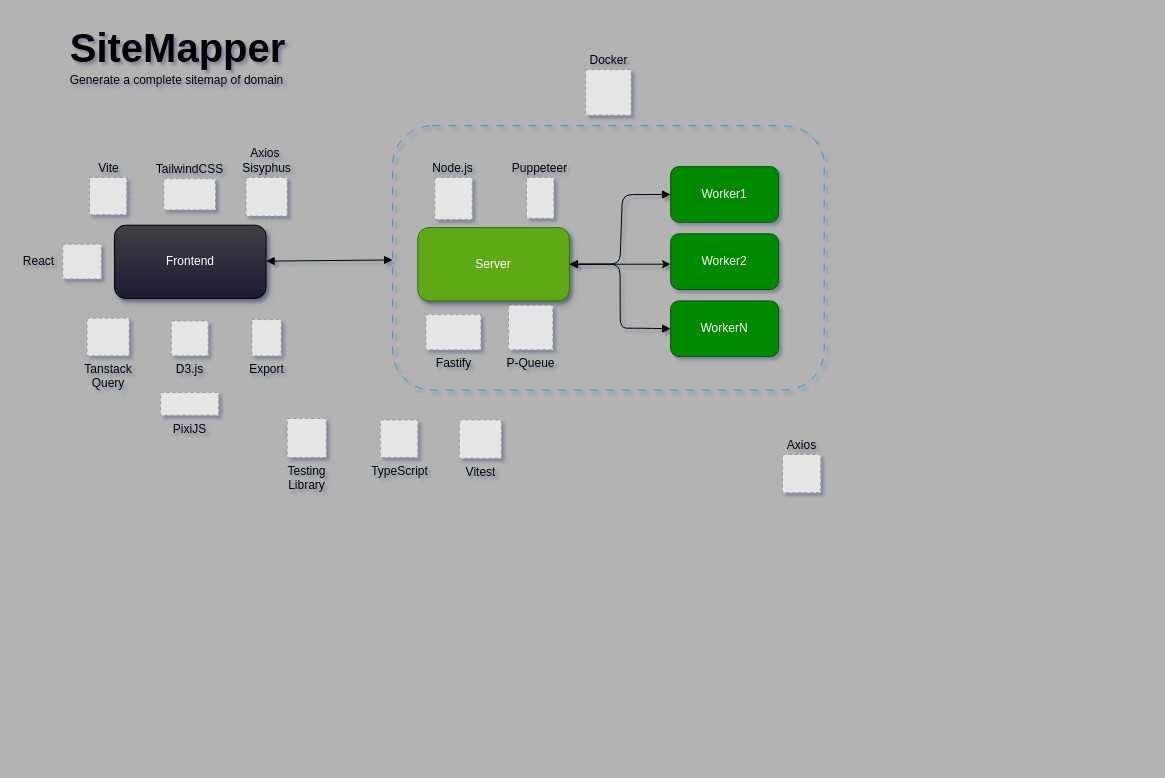
Earlier version of the draw.io diagram .github/diagram.drawio (brunosduarte/project-web-crawler). Source tidied: cells renumbered, new cells numbered last; positions are measured from the earlier drawing's top-left corner, leaving out a move shared by most shapes. Both pictures are drawn from the tidied source at 100%, with x=0, y=0 at pixel (60, 17). Pictures stored in the file or linked from it are replaced by grey dashed boxes.
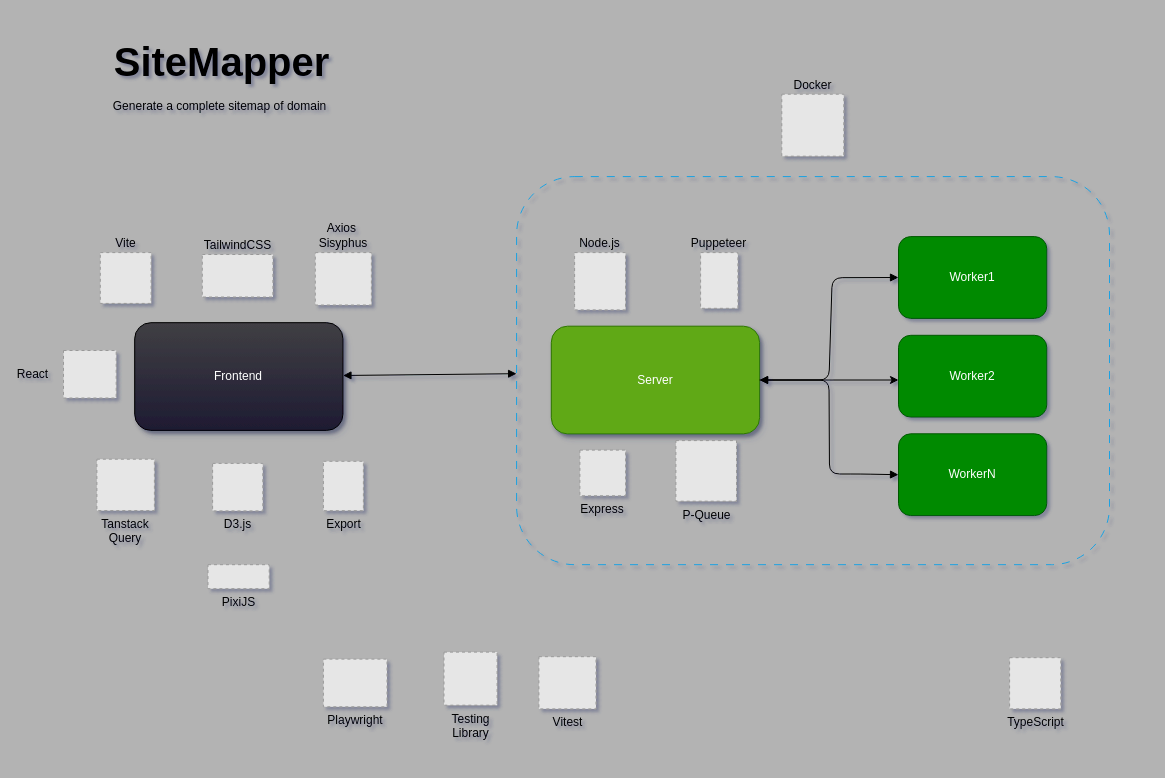
The same diagram, later.

Diff of the diagram source:
```diff
@@
     <mxCell id="2" style="group;labelPosition=center;verticalLabelPosition=top;align=center;verticalAlign=bottom;" parent="1" vertex="1">
-      <mxGeometry width="787" height="502.3" as="geometry" />
+      <mxGeometry width="1081" height="738" as="geometry" />
     </mxCell>
     <mxCell id="3" style="rounded=1;whiteSpace=wrap;html=1;fillColor=none;dashed=1;dashPattern=8 8;strokeColor=#1BA1E2;fontColor=#ffffff;" parent="2" vertex="1">
-      <mxGeometry x="332.1" y="108.3" width="431.6" height="264.2" as="geometry" />
+      <mxGeometry x="456.1" y="159.1" width="592.9" height="388.1" as="geometry" />
     </mxCell>
     <mxCell id="4" value="Server" style="rounded=1;whiteSpace=wrap;html=1;fillColor=#60a917;fontColor=#ffffff;strokeColor=#2D7600;shadow=1;" parent="2" vertex="1">
-      <mxGeometry x="357.3" y="210.1" width="151.6" height="73.3" as="geometry" />
+      <mxGeometry x="490.8" y="308.7" width="208.3" height="107.7" as="geometry" />
     </mxCell>
     <mxCell id="5" value="&lt;font color=&quot;#ffffff&quot;&gt;Frontend&lt;/font&gt;" style="rounded=1;html=1;fillColor=#403F44;gradientColor=#1E1B32;gradientDirection=south;glass=0;shadow=1;labelBackgroundColor=none;labelBorderColor=none;whiteSpace=wrap;fontStyle=0;" parent="2" vertex="1">
-      <mxGeometry x="54" y="207.7" width="151.6" height="73.3" as="geometry" />
+      <mxGeometry x="74.2" y="305.2" width="208.3" height="107.7" as="geometry" />
     </mxCell>
     <mxCell id="6" style="edgeStyle=none;html=1;exitX=0;exitY=0.5;exitDx=0;exitDy=0;startArrow=block;startFill=1;endArrow=block;endFill=1;rounded=1;" parent="2" edge="1" source="7">
       <mxGeometry relative="1" as="geometry">
-        <mxPoint x="509" y="246.7" as="targetPoint" />
+        <mxPoint x="699.1" y="362.5" as="targetPoint" />
         <Array as="points">
-          <mxPoint x="561.9" y="177.1" />
-          <mxPoint x="559.5" y="246.7" />
+          <mxPoint x="771.7" y="260.2" />
+          <mxPoint x="768.5" y="362.5" />
         </Array>
       </mxGeometry>
     </mxCell>
     <mxCell id="7" value="Worker1" style="rounded=1;whiteSpace=wrap;html=1;fillColor=#008a00;fontColor=#ffffff;strokeColor=#005700;" parent="2" vertex="1">
-      <mxGeometry x="610.1" y="149.1" width="108" height="55.7" as="geometry" />
+      <mxGeometry x="838" y="219.1" width="148.3" height="81.8" as="geometry" />
     </mxCell>
     <mxCell id="8" style="html=1;rounded=1;" parent="2" edge="1" source="4">
       <mxGeometry relative="1" as="geometry">
-        <mxPoint x="610.1" y="246.7" as="targetPoint" />
+        <mxPoint x="838" y="362.5" as="targetPoint" />
         <Array as="points">
-          <mxPoint x="559.5" y="246.7" />
+          <mxPoint x="768.5" y="362.5" />
         </Array>
       </mxGeometry>
     </mxCell>
@@
     <mxCell id="10" style="edgeStyle=none;html=1;startArrow=block;startFill=1;endArrow=block;endFill=1;entryX=1;entryY=0.5;entryDx=0;entryDy=0;rounded=1;exitX=0;exitY=0.5;exitDx=0;exitDy=0;" parent="2" edge="1" source="30" target="4">
       <mxGeometry relative="1" as="geometry">
         <Array as="points">
-          <mxPoint x="582.1" y="310.7" />
-          <mxPoint x="559.8" y="310.7" />
-          <mxPoint x="559.5" y="246.7" />
+          <mxPoint x="799.6" y="456.5" />
+          <mxPoint x="769" y="456.5" />
+          <mxPoint x="768.5" y="362.5" />
         </Array>
       </mxGeometry>
     </mxCell>
     <mxCell id="11" value="Puppeteer" style="fillColor=#E6E6E6;strokeColor=#999999;dashed=1;verticalLabelPosition=top;labelBackgroundColor=none;verticalAlign=bottom;html=1;whiteSpace=wrap;labelPosition=center;align=center;" parent="2" vertex="1">
-      <mxGeometry x="466" y="160" width="27.4" height="40.8" as="geometry" />
+      <mxGeometry x="640.1" y="235.1" width="37.3" height="55.7" as="geometry" />
     </mxCell>
     <mxCell id="12" value="Vite" style="fillColor=#E6E6E6;strokeColor=#999999;dashed=1;verticalLabelPosition=top;labelBackgroundColor=none;verticalAlign=bottom;html=1;labelPosition=center;align=center;" parent="2" vertex="1">
-      <mxGeometry x="29" y="160" width="37.2" height="37.2" as="geometry" />
+      <mxGeometry x="39.8" y="235.1" width="50.8" height="50.8" as="geometry" />
     </mxCell>
     <mxCell id="13" value="React&amp;nbsp; &amp;nbsp;" style="fillColor=#E6E6E6;strokeColor=#999999;dashed=1;verticalLabelPosition=middle;labelBackgroundColor=none;verticalAlign=middle;html=1;labelPosition=left;align=center;spacingLeft=0;" parent="2" vertex="1">
-      <mxGeometry x="2.2" y="226.7" width="38.6" height="34.8" as="geometry" />
+      <mxGeometry x="3" y="333" width="52.7" height="47.5" as="geometry" />
     </mxCell>
     <mxCell id="14" value="D3.js" style="fillColor=#E6E6E6;strokeColor=#999999;dashed=1;verticalLabelPosition=bottom;labelBackgroundColor=none;verticalAlign=top;html=1;" parent="2" vertex="1">
-      <mxGeometry x="110.8" y="303.5" width="36.9" height="34.8" as="geometry" />
+      <mxGeometry x="152.1" y="445.9" width="50.2" height="47.5" as="geometry" />
     </mxCell>
     <mxCell id="15" value="Docker" style="fillColor=#E6E6E6;strokeColor=#999999;dashed=1;verticalLabelPosition=top;labelBackgroundColor=none;verticalAlign=bottom;html=1;labelPosition=center;align=center;" parent="2" vertex="1">
-      <mxGeometry x="525.1" y="52.2" width="45.5" height="45.5" as="geometry" />
+      <mxGeometry x="721.3" y="76.7" width="62" height="62" as="geometry" />
     </mxCell>
     <mxCell id="16" value="Export" style="fillColor=#E6E6E6;strokeColor=#999999;dashed=1;verticalLabelPosition=bottom;labelBackgroundColor=none;verticalAlign=top;html=1;" parent="2" vertex="1">
-      <mxGeometry x="191.4" y="302.1" width="29.3" height="36.3" as="geometry" />
+      <mxGeometry x="262.9" y="443.8" width="40" height="49.4" as="geometry" />
     </mxCell>
     <mxCell id="17" value="TypeScript" style="fillColor=#E6E6E6;strokeColor=#999999;dashed=1;verticalLabelPosition=bottom;labelBackgroundColor=none;verticalAlign=top;html=1;" parent="2" vertex="1">
-      <mxGeometry x="319.8" y="402.5" width="37.5" height="37.5" as="geometry" />
+      <mxGeometry x="949.1" y="640.2" width="51.2" height="51.2" as="geometry" />
     </mxCell>
     <mxCell id="18" value="TailwindCSS" style="fillColor=#E6E6E6;strokeColor=#999999;dashed=1;verticalLabelPosition=top;labelBackgroundColor=none;verticalAlign=bottom;html=1;labelPosition=center;align=center;" parent="2" vertex="1">
-      <mxGeometry x="103.2" y="161.3" width="51.8" height="31.1" as="geometry" />
+      <mxGeometry x="141.8" y="237" width="70.6" height="42.5" as="geometry" />
     </mxCell>
     <mxCell id="19" value="Node.js" style="fillColor=#E6E6E6;strokeColor=#999999;dashed=1;verticalLabelPosition=top;labelBackgroundColor=none;verticalAlign=bottom;whiteSpace=wrap;html=1;labelPosition=center;align=center;" parent="2" vertex="1">
-      <mxGeometry x="374.3" y="160" width="37.4" height="42" as="geometry" />
+      <mxGeometry x="514.1" y="235.1" width="50.9" height="57.3" as="geometry" />
     </mxCell>
     <mxCell id="20" style="group;labelBorderColor=none;rounded=1;" parent="2" vertex="1">
-      <mxGeometry width="295.7" height="97.7" as="geometry" />
+      <mxGeometry width="406.2" height="143.6" as="geometry" />
     </mxCell>
     <mxCell id="21" value="&lt;b&gt;&lt;font style=&quot;font-size: 40px;&quot;&gt;SiteMapper&lt;/font&gt;&lt;/b&gt;" style="text;html=1;align=center;verticalAlign=middle;strokeColor=none;fillColor=none;fontSize=12;fontFamily=Helvetica;hachureGap=4;rounded=1;" parent="20" vertex="1">
-      <mxGeometry width="234" height="60" as="geometry" />
+      <mxGeometry width="321.4" height="88.2" as="geometry" />
     </mxCell>
     <mxCell id="22" value="&lt;font style=&quot;font-size: 12px;&quot;&gt;Generate a complete sitemap of domain&lt;/font&gt;" style="text;html=1;align=center;verticalAlign=middle;strokeColor=none;fillColor=none;fontSize=30;fontFamily=Helvetica;hachureGap=4;rounded=1;" parent="20" vertex="1">
-      <mxGeometry y="32" width="231" height="48" as="geometry" />
+      <mxGeometry y="47" width="317.3" height="70.5" as="geometry" />
     </mxCell>
     <mxCell id="23" value="P-Queue" style="fillColor=#E6E6E6;strokeColor=#999999;dashed=1;verticalLabelPosition=bottom;labelBackgroundColor=none;verticalAlign=top;html=1;" parent="2" vertex="1">
-      <mxGeometry x="448" y="287.9" width="44.4" height="44.4" as="geometry" />
+      <mxGeometry x="615.4" y="423.1" width="60.6" height="60.6" as="geometry" />
     </mxCell>
-    <mxCell id="24" value="Fastify" style="fillColor=#E6E6E6;strokeColor=#999999;dashed=1;verticalLabelPosition=bottom;labelBackgroundColor=none;verticalAlign=top;html=1;" parent="2" vertex="1">
-      <mxGeometry x="365.4" y="297.2" width="55" height="35.2" as="geometry" />
-    </mxCell>
     <mxCell id="25" value="Vitest" style="fillColor=#E6E6E6;strokeColor=#999999;dashed=1;verticalLabelPosition=bottom;labelBackgroundColor=none;verticalAlign=top;html=1;" parent="2" vertex="1">
-      <mxGeometry x="398.9" y="402.5" width="41.9" height="38.3" as="geometry" />
+      <mxGeometry x="478.4" y="639.2" width="57.1" height="52.2" as="geometry" />
     </mxCell>
-    <mxCell id="26" value="Axios" style="fillColor=#E6E6E6;strokeColor=#999999;dashed=1;verticalLabelPosition=top;labelBackgroundColor=none;verticalAlign=bottom;html=1;labelPosition=center;align=center;" parent="2" vertex="1">
-      <mxGeometry x="722" y="437" width="38.2" height="38.2" as="geometry" />
-    </mxCell>
     <mxCell id="27" value="Tanstack Query" style="fillColor=#E6E6E6;strokeColor=#999999;dashed=1;verticalLabelPosition=bottom;labelBackgroundColor=none;verticalAlign=top;html=1;whiteSpace=wrap;" parent="2" vertex="1">
-      <mxGeometry x="26.5" y="300.6" width="42.2" height="37.7" as="geometry" />
+      <mxGeometry x="36.4" y="441.7" width="57.5" height="51.4" as="geometry" />
     </mxCell>
     <mxCell id="28" value="Testing Library" style="fillColor=#E6E6E6;strokeColor=#999999;dashed=1;verticalLabelPosition=bottom;labelBackgroundColor=none;verticalAlign=top;html=1;whiteSpace=wrap;" parent="2" vertex="1">
-      <mxGeometry x="226.7" y="401" width="39" height="39" as="geometry" />
+      <mxGeometry x="383.5" y="634.6" width="53.1" height="53.1" as="geometry" />
     </mxCell>
     <mxCell id="29" value="Worker2" style="rounded=1;whiteSpace=wrap;html=1;fillColor=#008a00;fontColor=#ffffff;strokeColor=#005700;" parent="2" vertex="1">
-      <mxGeometry x="610.1" y="216.3" width="108" height="55.7" as="geometry" />
+      <mxGeometry x="838" y="317.8" width="148.3" height="81.8" as="geometry" />
     </mxCell>
     <mxCell id="30" value="WorkerN" style="rounded=1;whiteSpace=wrap;html=1;fillColor=#008a00;fontColor=#ffffff;strokeColor=#005700;" parent="2" vertex="1">
-      <mxGeometry x="610.1" y="283.4" width="108" height="55.7" as="geometry" />
+      <mxGeometry x="838" y="416.3" width="148.3" height="81.8" as="geometry" />
     </mxCell>
     <mxCell id="31" value="PixiJS" style="fillColor=#E6E6E6;strokeColor=#999999;dashed=1;verticalLabelPosition=bottom;labelBackgroundColor=none;verticalAlign=top;html=1;" parent="2" vertex="1">
-      <mxGeometry x="100.1" y="375" width="58.1" height="22.8" as="geometry" />
+      <mxGeometry x="147.5" y="547.2" width="61.2" height="24" as="geometry" />
     </mxCell>
     <mxCell id="32" value="Axios&amp;nbsp; Sisyphus" style="fillColor=#E6E6E6;strokeColor=#999999;dashed=1;verticalLabelPosition=top;labelBackgroundColor=none;verticalAlign=bottom;html=1;whiteSpace=wrap;labelPosition=center;align=center;" parent="2" vertex="1">
-      <mxGeometry x="185.5" y="160" width="41.2" height="38.5" as="geometry" />
+      <mxGeometry x="254.8" y="235.1" width="56.1" height="52.4" as="geometry" />
     </mxCell>
+    <mxCell id="33" value="Playwright" style="fillColor=#E6E6E6;strokeColor=#999999;dashed=1;verticalLabelPosition=bottom;labelBackgroundColor=none;verticalAlign=top;html=1;whiteSpace=wrap;" parent="2" vertex="1">
+      <mxGeometry x="262.9" y="641.6" width="63.6" height="47.7" as="geometry" />
+    </mxCell>
+    <mxCell id="34" value="Express" style="fillColor=#E6E6E6;strokeColor=#999999;dashed=1;verticalLabelPosition=bottom;labelBackgroundColor=none;verticalAlign=top;whiteSpace=wrap;html=1;" parent="2" vertex="1">
+      <mxGeometry x="519.4" y="432.6" width="45.7" height="45.7" as="geometry" />
+    </mxCell>
```
